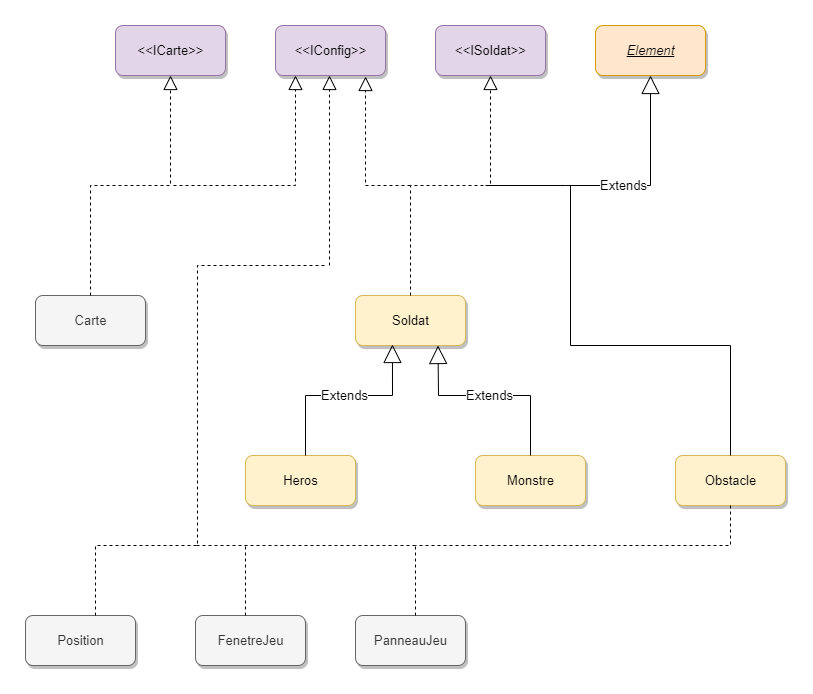
Earlier version of the draw.io export res/readme-img/UML-class.png (zestones/WarStone). Source tidied: cells renumbered, new cells last; positions are measured from the earlier drawing's top-left corner, leaving out a move shared by most shapes. The source it was exported from:
```xml
<mxGraphModel>
  <root>
    <mxCell id="0" />
    <mxCell id="1" parent="0" />
    <mxCell id="2" value="&lt;font style=&quot;font-size: 13px&quot;&gt;&amp;lt;&amp;lt;IConfig&amp;gt;&amp;gt;&lt;/font&gt;" style="html=1;fillColor=#e1d5e7;strokeColor=#9673a6;rounded=1;shadow=1;" parent="1" vertex="1">
      <mxGeometry x="250" width="110" height="50" as="geometry" />
    </mxCell>
    <mxCell id="3" value="&lt;font style=&quot;font-size: 13px&quot;&gt;&amp;lt;&amp;lt;ICarte&amp;gt;&amp;gt;&lt;/font&gt;" style="html=1;fillColor=#e1d5e7;strokeColor=#9673a6;rounded=1;shadow=1;" parent="1" vertex="1">
      <mxGeometry x="90" width="110" height="50" as="geometry" />
    </mxCell>
    <mxCell id="4" value="&lt;font style=&quot;font-size: 13px&quot;&gt;&amp;lt;&amp;lt;ISoldat&amp;gt;&amp;gt;&lt;/font&gt;" style="html=1;fillColor=#e1d5e7;strokeColor=#9673a6;rounded=1;shadow=1;" parent="1" vertex="1">
      <mxGeometry x="410" width="110" height="50" as="geometry" />
    </mxCell>
    <mxCell id="5" style="endArrow=block;dashed=1;endFill=0;endSize=12;html=1;rounded=0;fontSize=13;entryX=0.5;entryY=1;entryDx=0;entryDy=0;" parent="1" edge="1">
      <mxGeometry relative="1" as="geometry">
        <mxPoint x="304" y="240" as="sourcePoint" />
        <mxPoint x="304" y="50" as="targetPoint" />
      </mxGeometry>
    </mxCell>
    <mxCell id="6" value="&lt;i&gt;&lt;u&gt;Element&lt;/u&gt;&lt;/i&gt;" style="html=1;fontSize=13;fillColor=#ffe6cc;strokeColor=#d79b00;rounded=1;shadow=1;" parent="1" vertex="1">
      <mxGeometry x="570" width="110" height="50" as="geometry" />
    </mxCell>
    <mxCell id="7" value="FenetreJeu" style="html=1;fontSize=13;rounded=1;shadow=1;fillColor=#f5f5f5;fontColor=#333333;strokeColor=#666666;" parent="1" vertex="1">
      <mxGeometry x="170" y="590" width="110" height="50" as="geometry" />
    </mxCell>
    <mxCell id="8" value="Heros" style="html=1;fontSize=13;rounded=1;fillColor=#fff2cc;strokeColor=#d6b656;shadow=1;" parent="1" vertex="1">
      <mxGeometry x="220" y="430" width="110" height="50" as="geometry" />
    </mxCell>
    <mxCell id="9" value="Monstre" style="html=1;fontSize=13;rounded=1;fillColor=#fff2cc;strokeColor=#d6b656;shadow=1;" parent="1" vertex="1">
      <mxGeometry x="450" y="430" width="110" height="50" as="geometry" />
    </mxCell>
    <mxCell id="10" value="PanneauJeu" style="html=1;fontSize=13;rounded=1;shadow=1;fillColor=#f5f5f5;fontColor=#333333;strokeColor=#666666;" parent="1" vertex="1">
      <mxGeometry x="330" y="590" width="110" height="50" as="geometry" />
    </mxCell>
    <mxCell id="11" value="Position" style="html=1;fontSize=13;rounded=1;shadow=1;fillColor=#f5f5f5;fontColor=#333333;strokeColor=#666666;" parent="1" vertex="1">
      <mxGeometry y="590" width="110" height="50" as="geometry" />
    </mxCell>
    <mxCell id="12" value="Soldat" style="html=1;fontSize=13;rounded=1;fillColor=#fff2cc;strokeColor=#d6b656;shadow=1;" parent="1" vertex="1">
      <mxGeometry x="330" y="270" width="110" height="50" as="geometry" />
    </mxCell>
    <mxCell id="13" value="Carte" style="html=1;fontSize=13;rounded=1;shadow=1;fillColor=#f5f5f5;fontColor=#333333;strokeColor=#666666;" parent="1" vertex="1">
      <mxGeometry x="10" y="270" width="110" height="50" as="geometry" />
    </mxCell>
    <mxCell id="14" style="endArrow=block;dashed=1;endFill=0;endSize=12;html=1;rounded=0;fontSize=13;entryX=0.5;entryY=1;entryDx=0;entryDy=0;exitX=0.5;exitY=0;exitDx=0;exitDy=0;" parent="1" edge="1" source="13" target="3">
      <mxGeometry relative="1" as="geometry">
        <Array as="points">
          <mxPoint x="65" y="160" />
          <mxPoint x="145" y="160" />
        </Array>
      </mxGeometry>
    </mxCell>
    <mxCell id="15" style="endArrow=block;dashed=1;endFill=0;endSize=12;html=1;rounded=0;fontSize=13;entryX=0.5;entryY=1;entryDx=0;entryDy=0;exitX=0.5;exitY=0;exitDx=0;exitDy=0;" parent="1" edge="1" source="12" target="4">
      <mxGeometry relative="1" as="geometry">
        <Array as="points">
          <mxPoint x="385" y="160" />
          <mxPoint x="465" y="160" />
        </Array>
      </mxGeometry>
    </mxCell>
    <mxCell id="16" value="Extends" style="endArrow=block;endSize=16;endFill=0;html=1;rounded=0;fontSize=13;entryX=0.5;entryY=1;entryDx=0;entryDy=0;" parent="1" edge="1" target="6">
      <mxGeometry relative="1" as="geometry">
        <mxPoint x="460" y="160" as="sourcePoint" />
        <Array as="points">
          <mxPoint x="540" y="160" />
          <mxPoint x="625" y="160" />
        </Array>
      </mxGeometry>
    </mxCell>
    <mxCell id="17" value="Extends" style="endArrow=block;endSize=16;endFill=0;html=1;rounded=0;fontSize=13;entryX=0.336;entryY=0.98;entryDx=0;entryDy=0;entryPerimeter=0;" parent="1" edge="1" target="12">
      <mxGeometry relative="1" as="geometry">
        <mxPoint x="280" y="430" as="sourcePoint" />
        <Array as="points">
          <mxPoint x="280" y="370" />
          <mxPoint x="367" y="370" />
        </Array>
      </mxGeometry>
    </mxCell>
    <mxCell id="18" value="Extends" style="endArrow=block;endSize=16;endFill=0;html=1;rounded=0;fontSize=13;exitX=0.5;exitY=0;exitDx=0;exitDy=0;entryX=0.75;entryY=1;entryDx=0;entryDy=0;" parent="1" edge="1" source="9" target="12">
      <mxGeometry relative="1" as="geometry">
        <Array as="points">
          <mxPoint x="505" y="370" />
          <mxPoint x="413" y="370" />
        </Array>
      </mxGeometry>
    </mxCell>
    <mxCell id="19" value="Obstacle" style="html=1;fontSize=13;rounded=1;fillColor=#fff2cc;strokeColor=#d6b656;shadow=1;glass=0;sketch=0;" parent="1" vertex="1">
      <mxGeometry x="650" y="430" width="110" height="50" as="geometry" />
    </mxCell>
    <mxCell id="20" style="endArrow=none;html=1;rounded=0;fontSize=13;exitX=0.5;exitY=0;exitDx=0;exitDy=0;" parent="1" edge="1" source="19">
      <mxGeometry relative="1" as="geometry">
        <mxPoint x="545" y="160" as="targetPoint" />
        <Array as="points">
          <mxPoint x="705" y="320" />
          <mxPoint x="545" y="320" />
        </Array>
      </mxGeometry>
    </mxCell>
    <mxCell id="21" style="endArrow=none;dashed=1;html=1;rounded=0;fontSize=13;" parent="1" edge="1">
      <mxGeometry relative="1" as="geometry">
        <mxPoint x="72" y="520" as="sourcePoint" />
        <mxPoint x="300" y="240" as="targetPoint" />
        <Array as="points">
          <mxPoint x="172" y="520" />
          <mxPoint x="172" y="240" />
          <mxPoint x="250" y="240" />
        </Array>
      </mxGeometry>
    </mxCell>
    <mxCell id="22" style="endArrow=none;dashed=1;html=1;rounded=0;fontSize=13;" parent="1" edge="1">
      <mxGeometry relative="1" as="geometry">
        <mxPoint x="390" y="520" as="sourcePoint" />
        <mxPoint x="170" y="520" as="targetPoint" />
        <Array as="points">
          <mxPoint x="250" y="520" />
        </Array>
      </mxGeometry>
    </mxCell>
    <mxCell id="23" style="endArrow=none;dashed=1;html=1;rounded=0;fontSize=13;" parent="1" edge="1">
      <mxGeometry relative="1" as="geometry">
        <mxPoint x="220" y="590" as="sourcePoint" />
        <mxPoint x="220" y="520" as="targetPoint" />
      </mxGeometry>
    </mxCell>
    <mxCell id="24" style="endArrow=none;dashed=1;html=1;rounded=0;fontSize=13;" parent="1" edge="1">
      <mxGeometry relative="1" as="geometry">
        <mxPoint x="70" y="590" as="sourcePoint" />
        <mxPoint x="70" y="520" as="targetPoint" />
      </mxGeometry>
    </mxCell>
    <mxCell id="25" style="endArrow=none;dashed=1;html=1;rounded=0;fontSize=13;" parent="1" edge="1">
      <mxGeometry relative="1" as="geometry">
        <mxPoint x="390" y="590" as="sourcePoint" />
        <mxPoint x="390" y="520" as="targetPoint" />
      </mxGeometry>
    </mxCell>
    <mxCell id="26" style="endArrow=none;dashed=1;html=1;rounded=0;fontSize=13;exitX=0.5;exitY=1;exitDx=0;exitDy=0;" parent="1" edge="1" source="19">
      <mxGeometry relative="1" as="geometry">
        <mxPoint x="390" y="520" as="targetPoint" />
        <Array as="points">
          <mxPoint x="705" y="520" />
        </Array>
      </mxGeometry>
    </mxCell>
    <mxCell id="27" style="endArrow=block;dashed=1;endFill=0;endSize=12;html=1;rounded=0;fontSize=13;entryX=0.2;entryY=1;entryDx=0;entryDy=0;entryPerimeter=0;" parent="1" edge="1">
      <mxGeometry relative="1" as="geometry">
        <mxPoint x="148" y="160" as="sourcePoint" />
        <mxPoint x="270" y="50" as="targetPoint" />
        <Array as="points">
          <mxPoint x="270" y="160" />
        </Array>
      </mxGeometry>
    </mxCell>
    <mxCell id="28" style="endArrow=block;dashed=1;endFill=0;endSize=12;html=1;rounded=0;fontSize=13;entryX=0.864;entryY=1.02;entryDx=0;entryDy=0;entryPerimeter=0;" parent="1" edge="1">
      <mxGeometry relative="1" as="geometry">
        <mxPoint x="385" y="160" as="sourcePoint" />
        <mxPoint x="340" y="51" as="targetPoint" />
        <Array as="points">
          <mxPoint x="340" y="160" />
        </Array>
      </mxGeometry>
    </mxCell>
  </root>
</mxGraphModel>
```
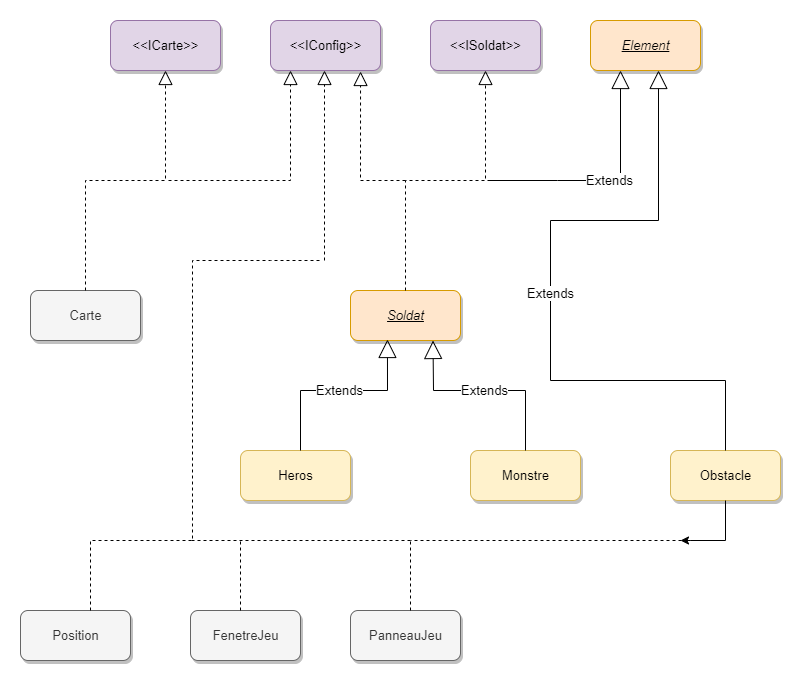
The same diagram one commit later.

Commit message:
fix: class dependance

Diff of the diagram source:
```diff
@@ -35,7 +35,7 @@
     <mxCell id="11" value="Position" style="html=1;fontSize=13;rounded=1;shadow=1;fillColor=#f5f5f5;fontColor=#333333;strokeColor=#666666;" parent="1" vertex="1">
       <mxGeometry y="590" width="110" height="50" as="geometry" />
     </mxCell>
-    <mxCell id="12" value="Soldat" style="html=1;fontSize=13;rounded=1;fillColor=#fff2cc;strokeColor=#d6b656;shadow=1;" parent="1" vertex="1">
+    <mxCell id="12" value="&lt;i&gt;&lt;u&gt;Soldat&lt;/u&gt;&lt;/i&gt;" style="html=1;fontSize=13;rounded=1;fillColor=#ffe6cc;strokeColor=#d79b00;shadow=1;" parent="1" vertex="1">
       <mxGeometry x="330" y="270" width="110" height="50" as="geometry" />
     </mxCell>
     <mxCell id="13" value="Carte" style="html=1;fontSize=13;rounded=1;shadow=1;fillColor=#f5f5f5;fontColor=#333333;strokeColor=#666666;" parent="1" vertex="1">
@@ -57,12 +57,13 @@
         </Array>
       </mxGeometry>
     </mxCell>
-    <mxCell id="16" value="Extends" style="endArrow=block;endSize=16;endFill=0;html=1;rounded=0;fontSize=13;entryX=0.5;entryY=1;entryDx=0;entryDy=0;" parent="1" edge="1" target="6">
+    <mxCell id="16" value="Extends" style="endArrow=block;endSize=16;endFill=0;html=1;rounded=0;fontSize=13;" parent="1" edge="1">
       <mxGeometry relative="1" as="geometry">
-        <mxPoint x="460" y="160" as="sourcePoint" />
+        <mxPoint x="467" y="160" as="sourcePoint" />
+        <mxPoint x="600" y="50" as="targetPoint" />
         <Array as="points">
-          <mxPoint x="540" y="160" />
-          <mxPoint x="625" y="160" />
+          <mxPoint x="537" y="160" />
+          <mxPoint x="600" y="160" />
         </Array>
       </mxGeometry>
     </mxCell>
@@ -83,18 +84,18 @@
         </Array>
       </mxGeometry>
     </mxCell>
+    <mxCell id="29" style="edgeStyle=orthogonalEdgeStyle;rounded=0;jettySize=auto;html=1;" parent="1" edge="1" source="19">
+      <mxGeometry relative="1" as="geometry">
+        <mxPoint x="660" y="520" as="targetPoint" />
+        <Array as="points">
+          <mxPoint x="705" y="520" />
+          <mxPoint x="670" y="520" />
+        </Array>
+      </mxGeometry>
+    </mxCell>
     <mxCell id="19" value="Obstacle" style="html=1;fontSize=13;rounded=1;fillColor=#fff2cc;strokeColor=#d6b656;shadow=1;glass=0;sketch=0;" parent="1" vertex="1">
       <mxGeometry x="650" y="430" width="110" height="50" as="geometry" />
     </mxCell>
-    <mxCell id="20" style="endArrow=none;html=1;rounded=0;fontSize=13;exitX=0.5;exitY=0;exitDx=0;exitDy=0;" parent="1" edge="1" source="19">
-      <mxGeometry relative="1" as="geometry">
-        <mxPoint x="545" y="160" as="targetPoint" />
-        <Array as="points">
-          <mxPoint x="705" y="320" />
-          <mxPoint x="545" y="320" />
-        </Array>
-      </mxGeometry>
-    </mxCell>
     <mxCell id="21" style="endArrow=none;dashed=1;html=1;rounded=0;fontSize=13;" parent="1" edge="1">
       <mxGeometry relative="1" as="geometry">
         <mxPoint x="72" y="520" as="sourcePoint" />
@@ -159,5 +160,16 @@
         </Array>
       </mxGeometry>
     </mxCell>
+    <mxCell id="30" value="Extends" style="endArrow=block;endSize=16;endFill=0;html=1;rounded=0;fontSize=13;exitX=0.5;exitY=0;exitDx=0;exitDy=0;" parent="1" edge="1" source="19">
+      <mxGeometry relative="1" as="geometry">
+        <mxPoint x="638" y="50" as="targetPoint" />
+        <Array as="points">
+          <mxPoint x="705" y="360" />
+          <mxPoint x="530" y="360" />
+          <mxPoint x="530" y="200" />
+          <mxPoint x="638" y="200" />
+        </Array>
+      </mxGeometry>
+    </mxCell>
   </root>
 </mxGraphModel>
```
